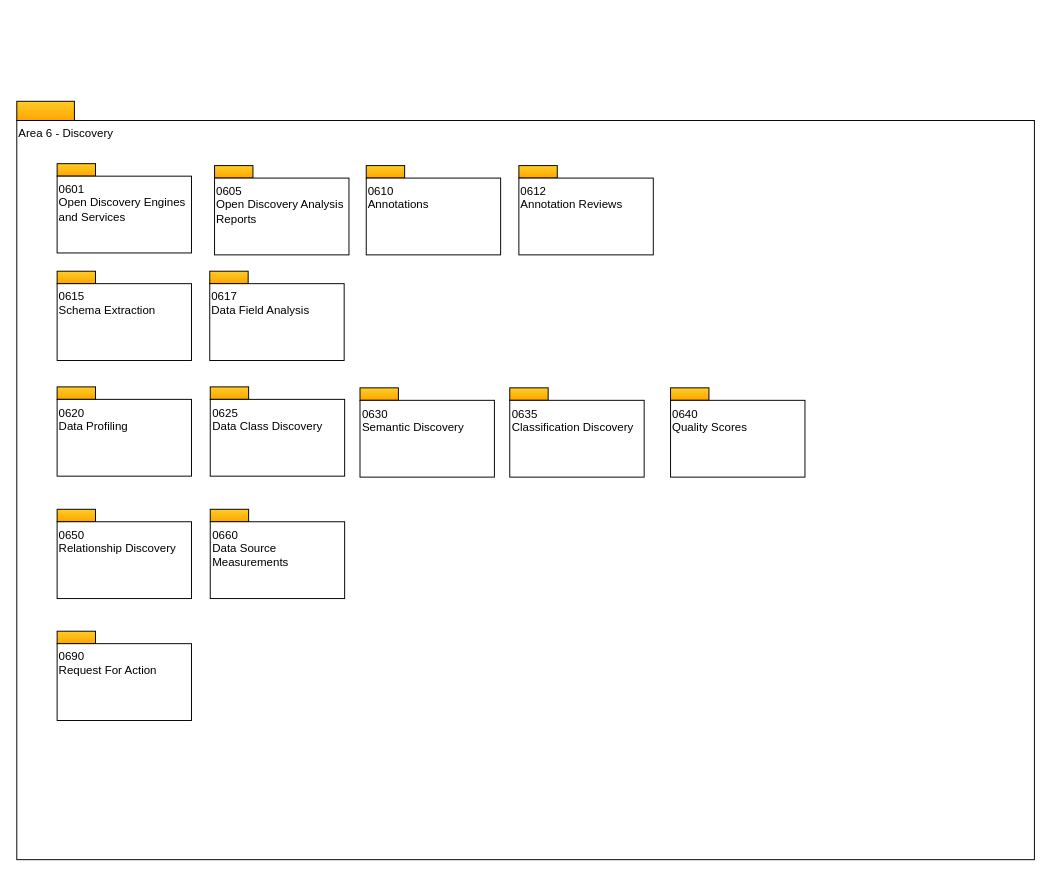
The draw.io diagram page "overview" (1 of 17) of site/docs/types/6/area-6-discovery.drawio in odpi/egeria-docs, before the edit. Source tidied: cells renumbered, new cells numbered last; positions are measured from the earlier drawing's top-left corner, leaving out a move shared by most shapes. Both pictures are drawn from the tidied source at 96%, with x=0, y=0 at pixel (16, 101).
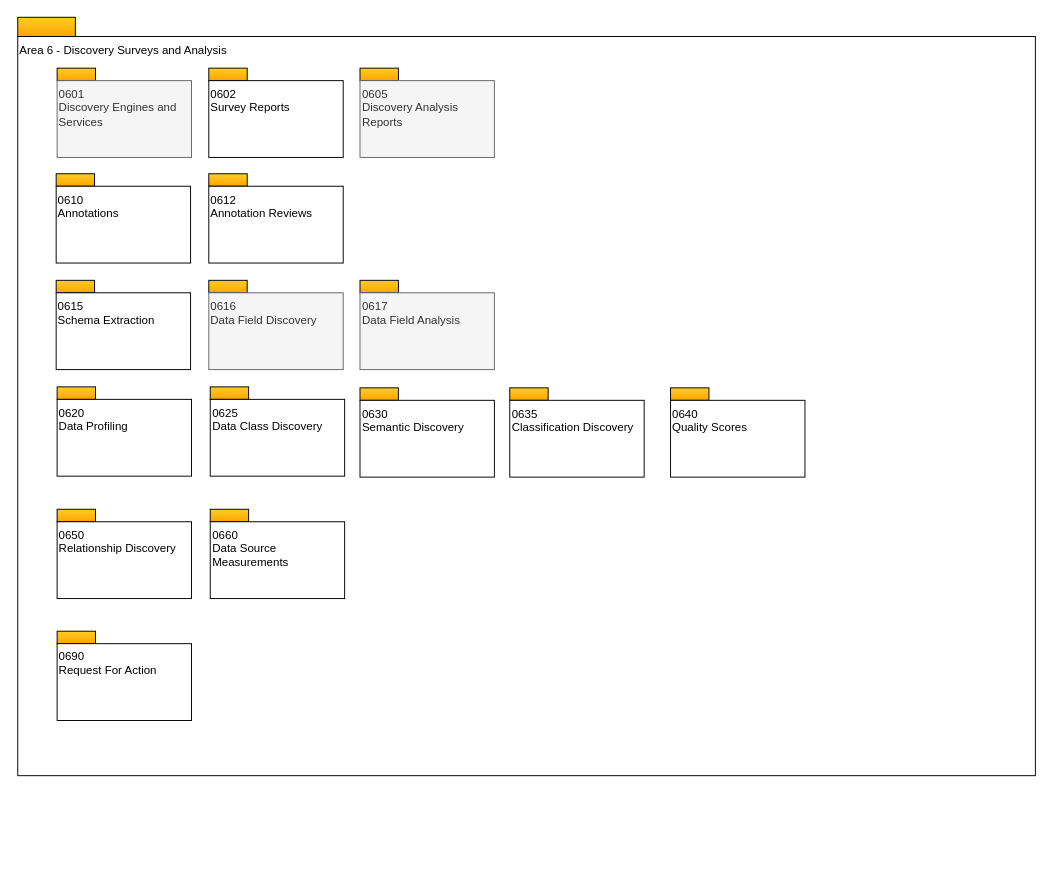
After the change.

The edit, as a diff of the source:
```diff
@@
     <mxCell id="2" style="rounded=0;whiteSpace=wrap;html=1;align=left;fillColor=#ffcd28;strokeColor=#000000;gradientColor=#ffa500;" parent="1" vertex="1">
-      <mxGeometry width="60" height="20" as="geometry" />
+      <mxGeometry x="1" y="-87.5" width="60" height="20" as="geometry" />
     </mxCell>
-    <mxCell id="3" value="Area 6 - Discovery" style="rounded=0;whiteSpace=wrap;html=1;align=left;verticalAlign=top;" parent="1" vertex="1">
-      <mxGeometry y="20" width="1060" height="770" as="geometry" />
+    <mxCell id="3" value="Area 6 - Discovery Surveys and Analysis" style="rounded=0;whiteSpace=wrap;html=1;align=left;verticalAlign=top;" parent="1" vertex="1">
+      <mxGeometry x="1" y="-67.5" width="1060" height="770" as="geometry" />
     </mxCell>
-    <mxCell id="4" style="rounded=0;whiteSpace=wrap;html=1;align=left;fillColor=#ffcd28;strokeColor=#000000;gradientColor=#ffa500;" parent="1" vertex="1">
-      <mxGeometry x="42" y="65" width="40" height="13" as="geometry" />
-    </mxCell>
-    <mxCell id="5" value="0601&lt;br&gt;Open Discovery Engines and Services" style="rounded=0;whiteSpace=wrap;html=1;align=left;verticalAlign=top;" parent="1" vertex="1">
-      <mxGeometry x="42" y="78" width="140" height="80" as="geometry" />
-    </mxCell>
     <mxCell id="6" style="rounded=0;whiteSpace=wrap;html=1;align=left;fillColor=#ffcd28;strokeColor=#000000;gradientColor=#ffa500;" parent="1" vertex="1">
-      <mxGeometry x="364" y="67" width="40" height="13" as="geometry" />
+      <mxGeometry x="41" y="75.5" width="40" height="13" as="geometry" />
     </mxCell>
     <mxCell id="7" value="0610&lt;br&gt;Annotations" style="rounded=0;whiteSpace=wrap;html=1;align=left;verticalAlign=top;" parent="1" vertex="1">
-      <mxGeometry x="364" y="80" width="140" height="80" as="geometry" />
+      <mxGeometry x="41" y="88.5" width="140" height="80" as="geometry" />
     </mxCell>
     <mxCell id="8" style="rounded=0;whiteSpace=wrap;html=1;align=left;fillColor=#ffcd28;strokeColor=#000000;gradientColor=#ffa500;" parent="1" vertex="1">
-      <mxGeometry x="523" y="67" width="40" height="13" as="geometry" />
+      <mxGeometry x="200" y="75.5" width="40" height="13" as="geometry" />
     </mxCell>
     <mxCell id="9" value="0612&lt;br&gt;Annotation Reviews" style="rounded=0;whiteSpace=wrap;html=1;align=left;verticalAlign=top;" parent="1" vertex="1">
-      <mxGeometry x="523" y="80" width="140" height="80" as="geometry" />
+      <mxGeometry x="200" y="88.5" width="140" height="80" as="geometry" />
     </mxCell>
     <mxCell id="10" style="rounded=0;whiteSpace=wrap;html=1;align=left;fillColor=#ffcd28;strokeColor=#000000;gradientColor=#ffa500;" parent="1" vertex="1">
-      <mxGeometry x="206" y="67" width="40" height="13" as="geometry" />
+      <mxGeometry x="200" y="-34.5" width="40" height="13" as="geometry" />
     </mxCell>
-    <mxCell id="11" value="0605&lt;br&gt;Open Discovery Analysis Reports" style="rounded=0;whiteSpace=wrap;html=1;align=left;verticalAlign=top;" parent="1" vertex="1">
-      <mxGeometry x="206" y="80" width="140" height="80" as="geometry" />
+    <mxCell id="11" value="0602&lt;br&gt;Survey Reports" style="rounded=0;whiteSpace=wrap;html=1;align=left;verticalAlign=top;" parent="1" vertex="1">
+      <mxGeometry x="200" y="-21.5" width="140" height="80" as="geometry" />
     </mxCell>
-    <mxCell id="12" style="rounded=0;whiteSpace=wrap;html=1;align=left;fillColor=#ffcd28;strokeColor=#000000;gradientColor=#ffa500;" parent="1" vertex="1">
-      <mxGeometry x="201" y="177" width="40" height="13" as="geometry" />
-    </mxCell>
-    <mxCell id="13" value="0617&lt;br&gt;Data Field Analysis" style="rounded=0;whiteSpace=wrap;html=1;align=left;verticalAlign=top;" parent="1" vertex="1">
-      <mxGeometry x="201" y="190" width="140" height="80" as="geometry" />
-    </mxCell>
@@
-    <mxCell id="23" value="0650&lt;br&gt;Relationship Discovery&lt;br&gt;" style="rounded=0;whiteSpace=wrap;html=1;align=left;verticalAlign=top;" parent="1" vertex="1">
+    <mxCell id="23" value="0650&lt;br&gt;Relationship Discovery" style="rounded=0;whiteSpace=wrap;html=1;align=left;verticalAlign=top;" parent="1" vertex="1">
       <mxGeometry x="42" y="438" width="140" height="80" as="geometry" />
     </mxCell>
@@
-    <mxCell id="30" style="rounded=0;whiteSpace=wrap;html=1;align=left;fillColor=#ffcd28;strokeColor=#000000;gradientColor=#ffa500;" parent="1" vertex="1">
-      <mxGeometry x="42" y="177" width="40" height="13" as="geometry" />
-    </mxCell>
+    <mxCell id="32" style="rounded=0;whiteSpace=wrap;html=1;align=left;fillColor=#ffcd28;strokeColor=#000000;gradientColor=#ffa500;" parent="1" vertex="1">
+      <mxGeometry x="42" y="-34.5" width="40" height="13" as="geometry" />
+    </mxCell>
+    <mxCell id="33" value="0601&lt;br&gt;Discovery Engines and Services" style="rounded=0;whiteSpace=wrap;html=1;align=left;verticalAlign=top;fillColor=#f5f5f5;fontColor=#333333;strokeColor=#666666;" parent="1" vertex="1">
+      <mxGeometry x="42" y="-21.5" width="140" height="80" as="geometry" />
+    </mxCell>
+    <mxCell id="34" style="rounded=0;whiteSpace=wrap;html=1;align=left;fillColor=#ffcd28;strokeColor=#000000;gradientColor=#ffa500;" parent="1" vertex="1">
+      <mxGeometry x="357.5" y="-34.5" width="40" height="13" as="geometry" />
+    </mxCell>
+    <mxCell id="35" value="0605&lt;br&gt;Discovery Analysis&lt;br&gt;Reports" style="rounded=0;whiteSpace=wrap;html=1;align=left;verticalAlign=top;fillColor=#f5f5f5;fontColor=#333333;strokeColor=#666666;" parent="1" vertex="1">
+      <mxGeometry x="357.5" y="-21.5" width="140" height="80" as="geometry" />
+    </mxCell>
+    <mxCell id="36" style="rounded=0;whiteSpace=wrap;html=1;align=left;fillColor=#ffcd28;strokeColor=#000000;gradientColor=#ffa500;" parent="1" vertex="1">
+      <mxGeometry x="41" y="186.5" width="40" height="13" as="geometry" />
+    </mxCell>
     <mxCell id="31" value="0615&lt;br&gt;Schema Extraction" style="rounded=0;whiteSpace=wrap;html=1;align=left;verticalAlign=top;" parent="1" vertex="1">
-      <mxGeometry x="42" y="190" width="140" height="80" as="geometry" />
+      <mxGeometry x="41" y="199.5" width="140" height="80" as="geometry" />
     </mxCell>
+    <mxCell id="37" style="rounded=0;whiteSpace=wrap;html=1;align=left;fillColor=#ffcd28;strokeColor=#000000;gradientColor=#ffa500;" parent="1" vertex="1">
+      <mxGeometry x="200" y="186.5" width="40" height="13" as="geometry" />
+    </mxCell>
+    <mxCell id="38" value="0616&lt;br&gt;Data Field Discovery" style="rounded=0;whiteSpace=wrap;html=1;align=left;verticalAlign=top;fillColor=#f5f5f5;fontColor=#333333;strokeColor=#666666;" parent="1" vertex="1">
+      <mxGeometry x="200" y="199.5" width="140" height="80" as="geometry" />
+    </mxCell>
+    <mxCell id="39" style="rounded=0;whiteSpace=wrap;html=1;align=left;fillColor=#ffcd28;strokeColor=#000000;gradientColor=#ffa500;" parent="1" vertex="1">
+      <mxGeometry x="357.5" y="186.5" width="40" height="13" as="geometry" />
+    </mxCell>
+    <mxCell id="13" value="0617&lt;br&gt;Data Field Analysis" style="rounded=0;whiteSpace=wrap;html=1;align=left;verticalAlign=top;fillColor=#f5f5f5;fontColor=#333333;strokeColor=#666666;" parent="1" vertex="1">
+      <mxGeometry x="357.5" y="199.5" width="140" height="80" as="geometry" />
+    </mxCell>
```
